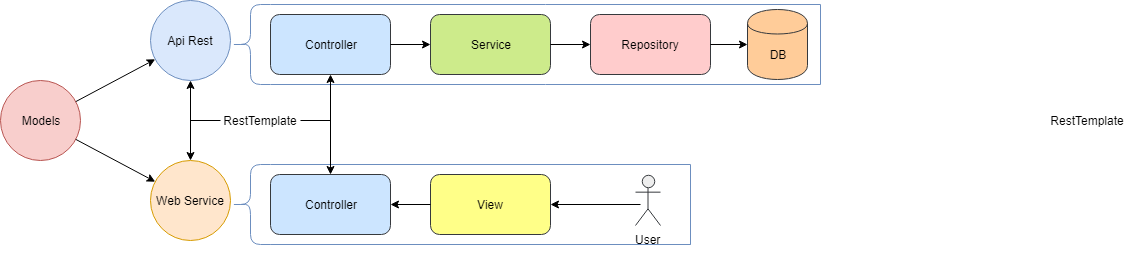
Before: Util/Relaciones.png, a diagram exported from draw.io (agilesrivas/flight-api). Source tidied: cells renumbered, new cells last; positions are measured from the earlier drawing's top-left corner, leaving out a move shared by most shapes.
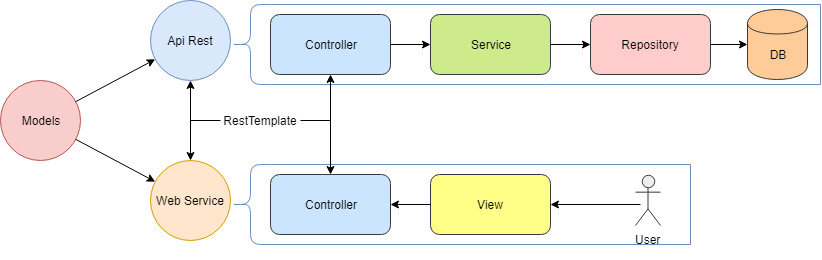
After the change.

Change to the diagram source:
```diff
@@ -109,9 +109,6 @@
     <mxCell id="29" style="endArrow=classic;startArrow=classic;html=1;strokeColor=#000000;entryX=0.5;entryY=1;" parent="1" edge="1" source="20" target="8">
       <mxGeometry relative="1" as="geometry" />
     </mxCell>
-    <mxCell id="30" value="RestTemplate&lt;br&gt;" style="text;html=1;strokeColor=none;fillColor=none;align=center;verticalAlign=middle;whiteSpace=wrap;rounded=0;" parent="1" vertex="1">
-      <mxGeometry x="1067" y="110" width="40" height="20" as="geometry" />
-    </mxCell>
     <mxCell id="31" value="RestTemplate&lt;br&gt;" style="text;html=1;strokeColor=none;fillColor=none;align=center;verticalAlign=middle;whiteSpace=wrap;rounded=0;" parent="1" vertex="1">
       <mxGeometry x="240" y="110" width="40" height="20" as="geometry" />
     </mxCell>
```
